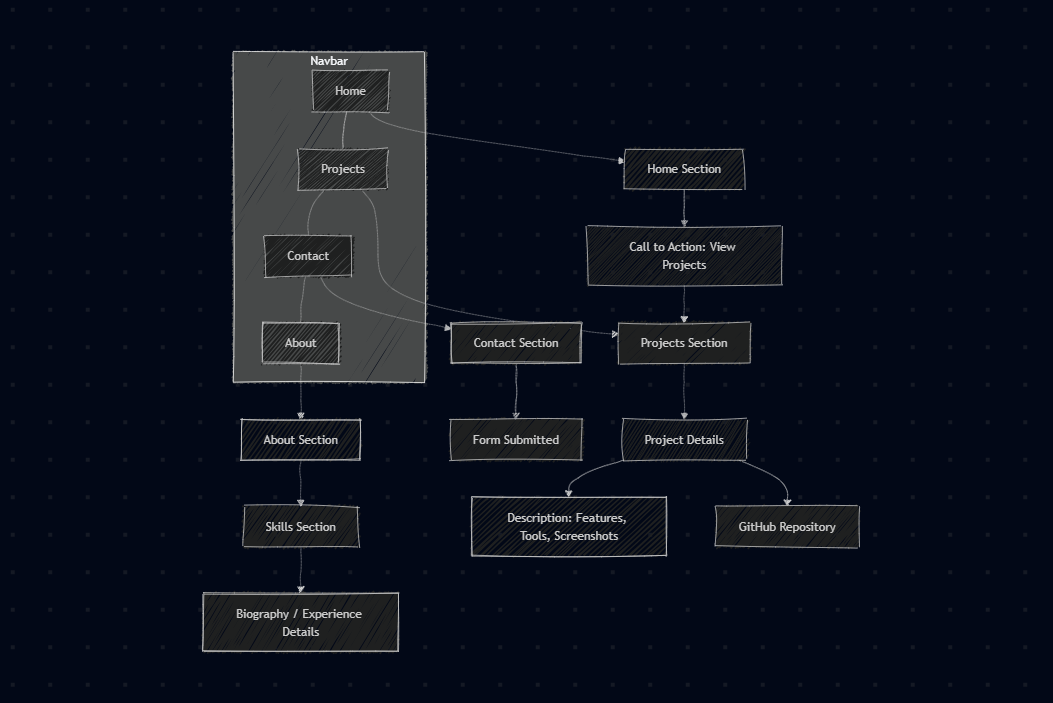
Above: docs/images/Conception.png in Adnane-x87/portfolio (Mermaid), before the change. Its source is kept beside it as Conception/Conception.mmd.
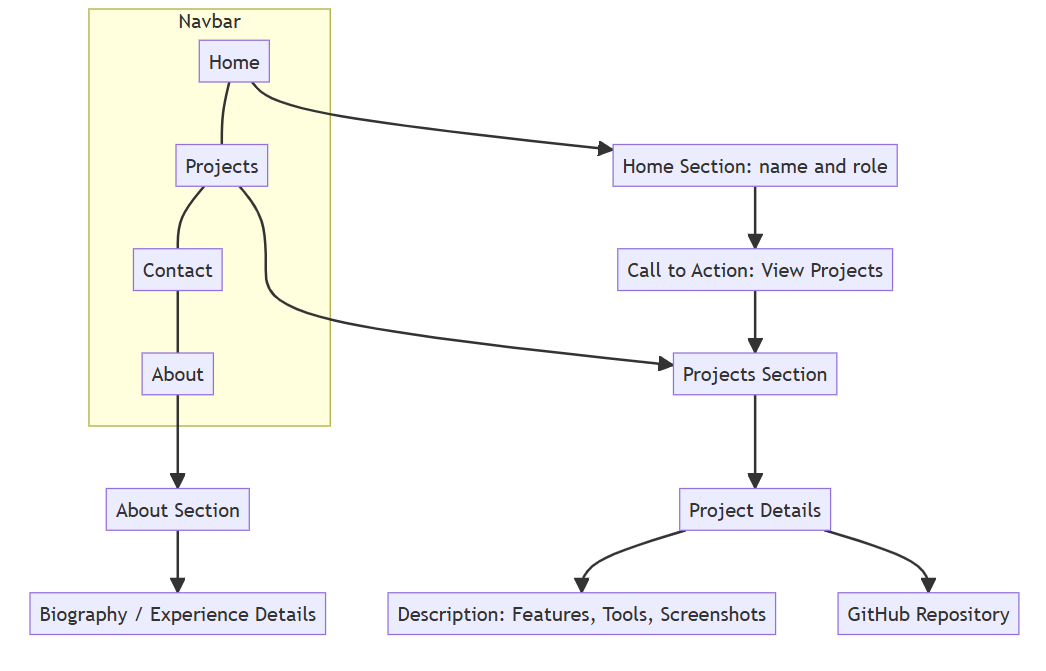
After the commit.

The edit, as a diff of the source:
```diff
@@ -4,12 +4,10 @@
     HomeBtn[Home] --- ProjectsBtn[Projects] --- ContactBtn[Contact] --- AboutBtn[About]
   end
 
-  HomeSection[Home Section]
+  HomeSection["Home Section: name and role"]
   ProjectsSection[Projects Section]
   AboutSection[About Section]
-  SkillsSection[Skills Section]
   Bio[Biography / Experience Details]
-  ContactSection[Contact Section]
 
   ProjectDetails[Project Details]
   Desc[Description: Features, Tools, Screenshots]
@@ -20,7 +18,7 @@
   HomeBtn --> HomeSection
   ProjectsBtn --> ProjectsSection
   AboutBtn --> AboutSection
-  ContactBtn --> ContactSection
+  ContactBtn
 
   HomeSection --> CTA
   CTA --> ProjectsSection
@@ -29,7 +27,4 @@
   ProjectDetails --> Desc
   ProjectDetails --> GitHubLink
 
-  AboutSection --> SkillsSection
-  SkillsSection --> Bio
-
-  ContactSection --> FormSubmitted[Form Submitted]
+  AboutSection --> Bio
```
